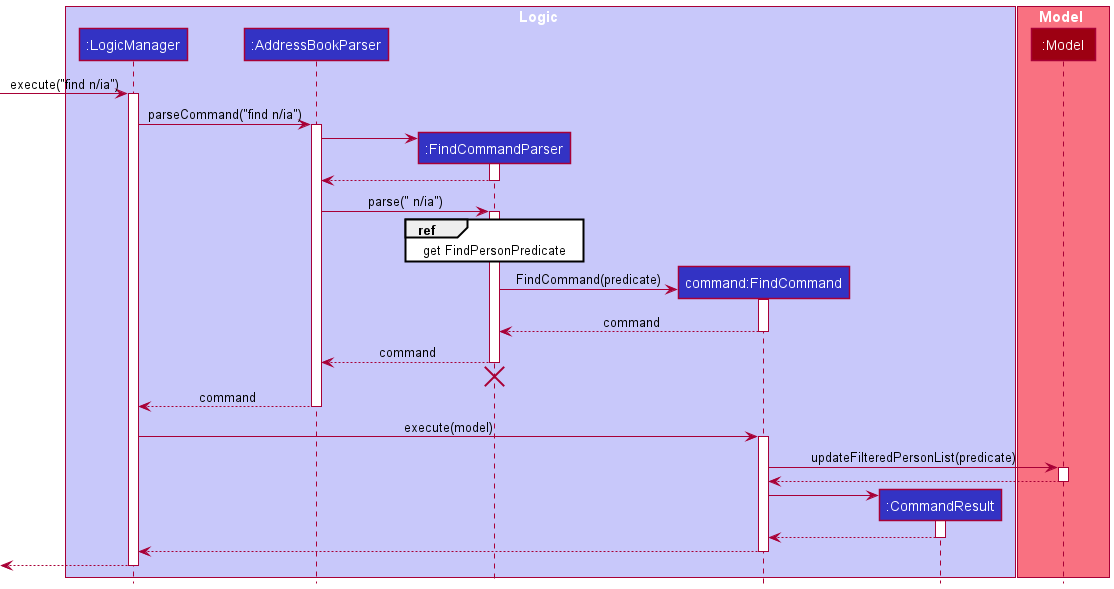
The PlantUML diagram docs/images/FindSequenceDiagram.png in tandeshao/tp, before a commit.
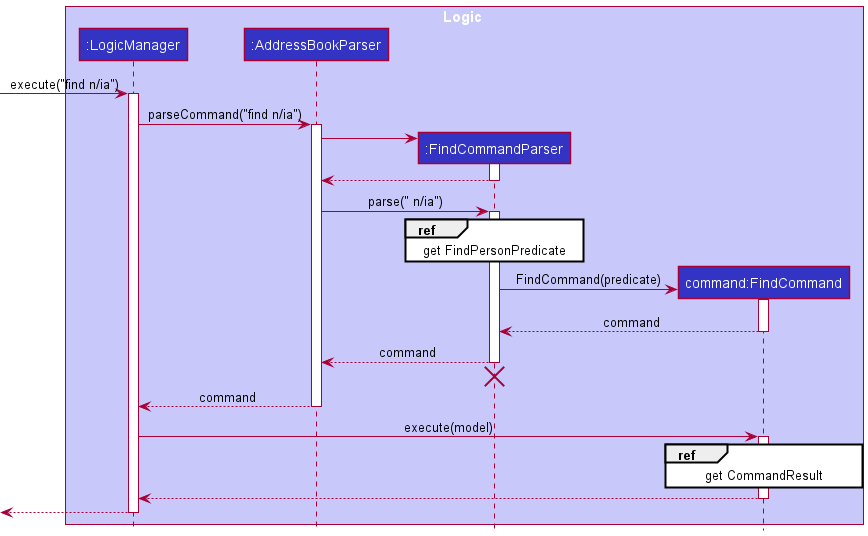
After the change.

The edit, as a diff of the source:
```diff
@@ -6,13 +6,8 @@
 participant ":AddressBookParser" as AddressBookParser LOGIC_COLOR
 participant ":FindCommandParser" as FindCommandParser LOGIC_COLOR
 participant "command:FindCommand" as FindCommand LOGIC_COLOR
-participant ":CommandResult" as CommandResult LOGIC_COLOR
-
 end box
 
-box Model MODEL_COLOR_T1
-participant ":Model" as Model MODEL_COLOR
-end box
 
 [-> LogicManager : execute("find n/ia")
 activate LogicManager
@@ -50,18 +45,7 @@
 LogicManager -> FindCommand : execute(model)
 activate FindCommand
 
-FindCommand -> Model : updateFilteredPersonList(predicate)
-activate Model
-
-Model --> FindCommand
-deactivate Model
-
-create CommandResult
-FindCommand -> CommandResult
-activate CommandResult
-
-CommandResult --> FindCommand
-deactivate CommandResult
+ref over FindCommand : get CommandResult
 
 FindCommand --> LogicManager
 deactivate FindCommand
```
